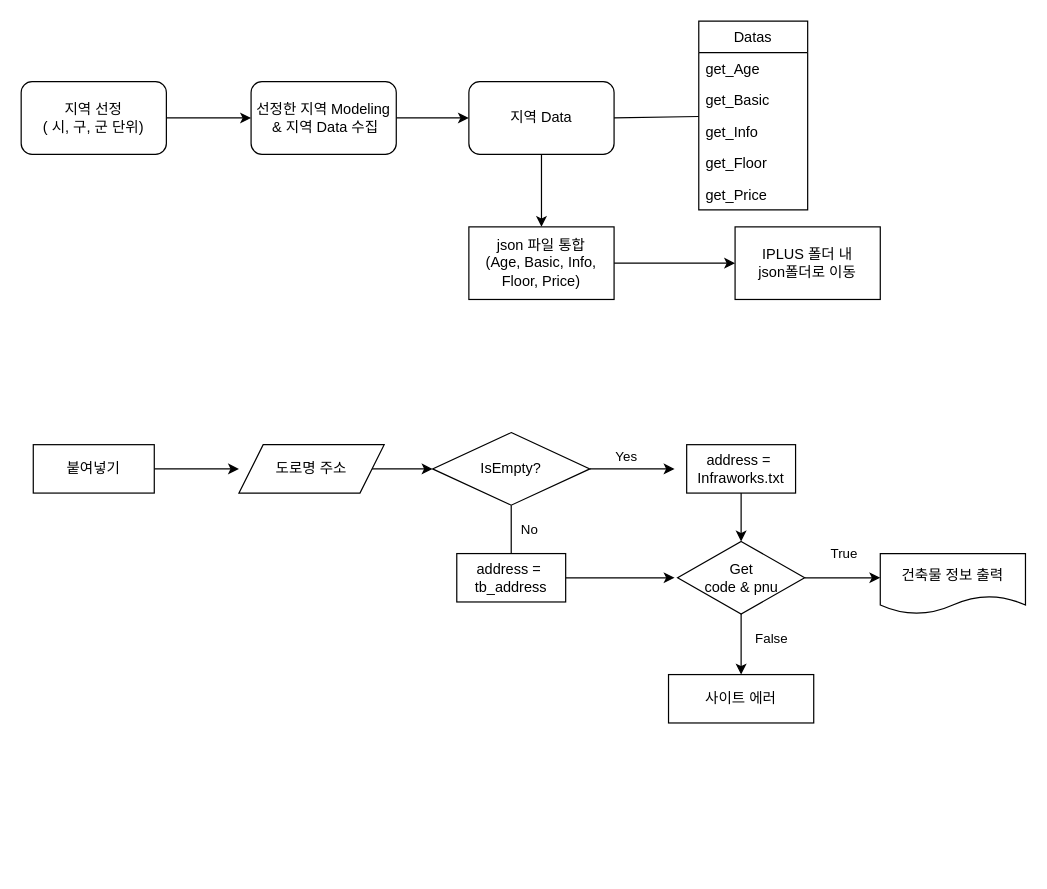
Earlier version of the draw.io diagram Untitled Diagram.drawio (themonty12/Coding_Algorithm). Source tidied: cells renumbered, new cells numbered last; positions are measured from the earlier drawing's top-left corner, leaving out a move shared by most shapes. Both pictures are drawn from the tidied source at 121%, with x=0, y=0 at pixel (21, 21).
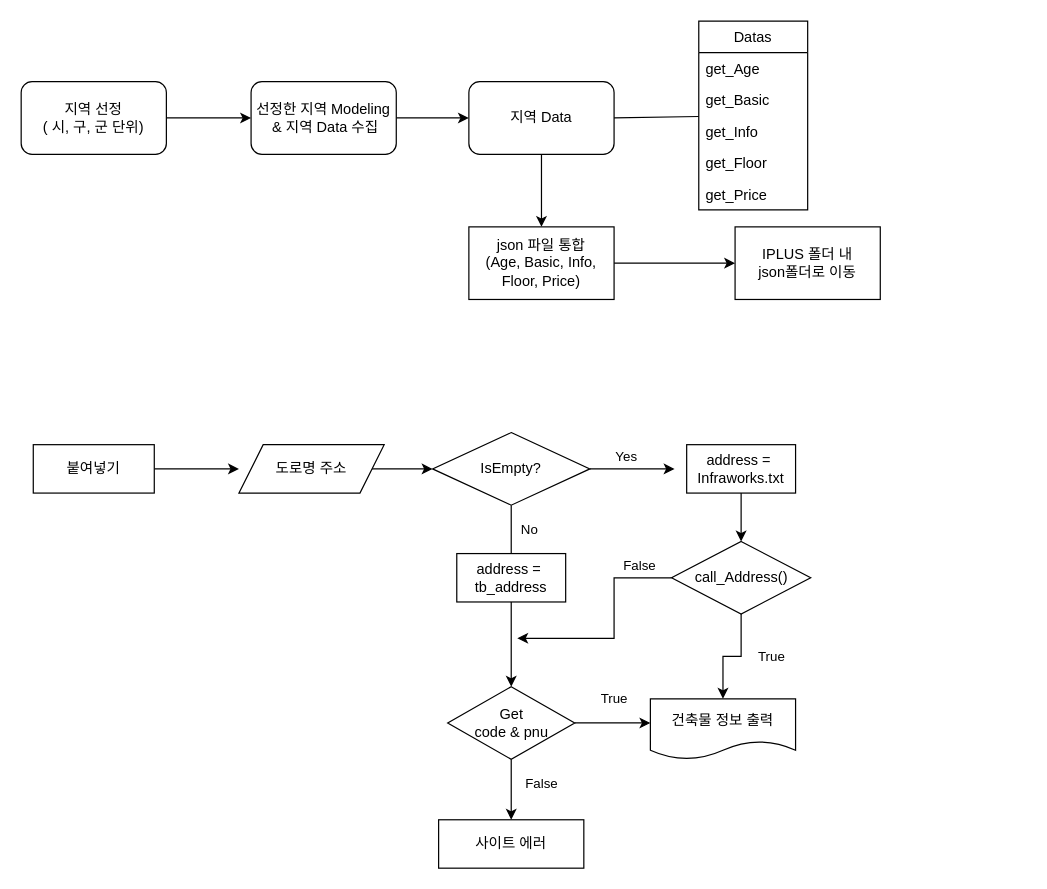
The same diagram, later.

Unchanged cells that the change refers to:
```xml
<mxCell id="19" value="address =&amp;nbsp;&lt;br&gt;Infraworks.txt" style="rounded=0;whiteSpace=wrap;html=1;" parent="1" vertex="1">
  <mxGeometry x="550" y="350" width="90" height="40" as="geometry" />
</mxCell>
<mxCell id="21" value="address =&amp;nbsp;&lt;br&gt;tb_address" style="rounded=0;whiteSpace=wrap;html=1;" parent="1" vertex="1">
  <mxGeometry x="360" y="440" width="90" height="40" as="geometry" />
</mxCell>
```

Diff of the diagram source:
```diff
@@
-    <mxCell id="18" style="edgeStyle=orthogonalEdgeStyle;rounded=0;jettySize=auto;html=1;entryX=0.5;entryY=0;entryDx=0;entryDy=0;" parent="1" edge="1" source="19" target="24">
-      <mxGeometry relative="1" as="geometry" />
-    </mxCell>
+    <mxCell id="34" style="edgeStyle=orthogonalEdgeStyle;rounded=0;jettySize=auto;html=1;entryX=0.5;entryY=0;entryDx=0;entryDy=0;" parent="1" edge="1" source="19" target="38">
+      <mxGeometry relative="1" as="geometry" />
+    </mxCell>
@@
-    <mxCell id="20" style="edgeStyle=orthogonalEdgeStyle;rounded=0;jettySize=auto;html=1;" parent="1" edge="1" source="21">
-      <mxGeometry relative="1" as="geometry">
-        <mxPoint x="540" y="460" as="targetPoint" />
-      </mxGeometry>
-    </mxCell>
+    <mxCell id="35" style="edgeStyle=orthogonalEdgeStyle;rounded=0;jettySize=auto;html=1;entryX=0.5;entryY=0;entryDx=0;entryDy=0;" parent="1" edge="1" source="21" target="24">
+      <mxGeometry relative="1" as="geometry" />
+    </mxCell>
@@
     <mxCell id="22" value="False" style="edgeStyle=orthogonalEdgeStyle;rounded=0;jettySize=auto;html=1;" parent="1" edge="1" source="24">
       <mxGeometry x="-0.2" y="25" relative="1" as="geometry">
-        <mxPoint x="595" y="540" as="targetPoint" />
+        <mxPoint x="405" y="660" as="targetPoint" />
       </mxGeometry>
     </mxCell>
     <mxCell id="23" value="True" style="edgeStyle=orthogonalEdgeStyle;rounded=0;jettySize=auto;html=1;" parent="1" edge="1" source="24">
       <mxGeometry x="0.04" y="20" relative="1" as="geometry">
-        <mxPoint x="710" y="460" as="targetPoint" />
+        <mxPoint x="520" y="580" as="targetPoint" />
       </mxGeometry>
     </mxCell>
     <mxCell id="24" value="Get&lt;br&gt;code &amp;amp; pnu" style="rhombus;whiteSpace=wrap;html=1;" parent="1" vertex="1">
-      <mxGeometry x="542.5" y="430" width="105" height="60" as="geometry" />
+      <mxGeometry x="352.5" y="550" width="105" height="60" as="geometry" />
     </mxCell>
     <mxCell id="25" value="사이트 에러" style="rounded=0;whiteSpace=wrap;html=1;" parent="1" vertex="1">
-      <mxGeometry x="535" y="540" width="120" height="40" as="geometry" />
+      <mxGeometry x="345" y="660" width="120" height="40" as="geometry" />
     </mxCell>
     <mxCell id="26" value="건축물 정보 출력" style="shape=document;whiteSpace=wrap;html=1;boundedLbl=1;" parent="1" vertex="1">
-      <mxGeometry x="710" y="440" width="120" height="50" as="geometry" />
+      <mxGeometry x="520" y="560" width="120" height="50" as="geometry" />
     </mxCell>
@@
+    <mxCell id="36" value="False" style="edgeStyle=orthogonalEdgeStyle;rounded=0;jettySize=auto;html=1;" parent="1" edge="1" source="38">
+      <mxGeometry x="-0.69" y="-10" relative="1" as="geometry">
+        <mxPoint x="410" y="510" as="targetPoint" />
+        <Array as="points">
+          <mxPoint x="490" y="460" />
+          <mxPoint x="490" y="510" />
+        </Array>
+        <mxPoint x="1" as="offset" />
+      </mxGeometry>
+    </mxCell>
+    <mxCell id="37" value="True" style="edgeStyle=orthogonalEdgeStyle;rounded=0;jettySize=auto;html=1;entryX=0.5;entryY=0;entryDx=0;entryDy=0;" parent="1" edge="1" source="38" target="26">
+      <mxGeometry x="-0.18" y="-25" relative="1" as="geometry">
+        <mxPoint x="25" y="25" as="offset" />
+      </mxGeometry>
+    </mxCell>
+    <mxCell id="38" value="call_Address()" style="rhombus;whiteSpace=wrap;html=1;" parent="1" vertex="1">
+      <mxGeometry x="537.5" y="430" width="115" height="60" as="geometry" />
+    </mxCell>
```
